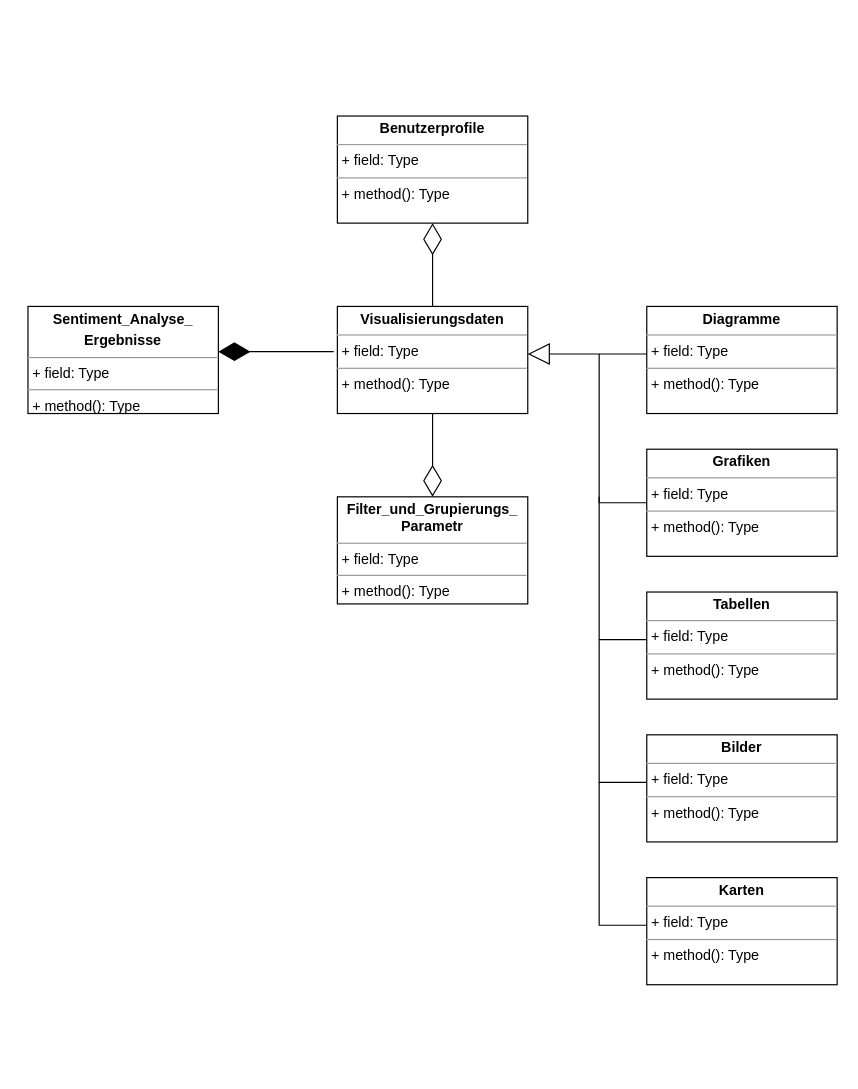
This is Unbenanntes Diagramm.drawio from AniytaK/hello-world, a draw.io file, before an edit. Source tidied: cells renumbered, new cells numbered last; positions are measured from the earlier drawing's top-left corner, leaving out a move shared by most shapes. Both pictures are drawn from the tidied source at 119%, with x=0, y=0 at pixel (27, 115).
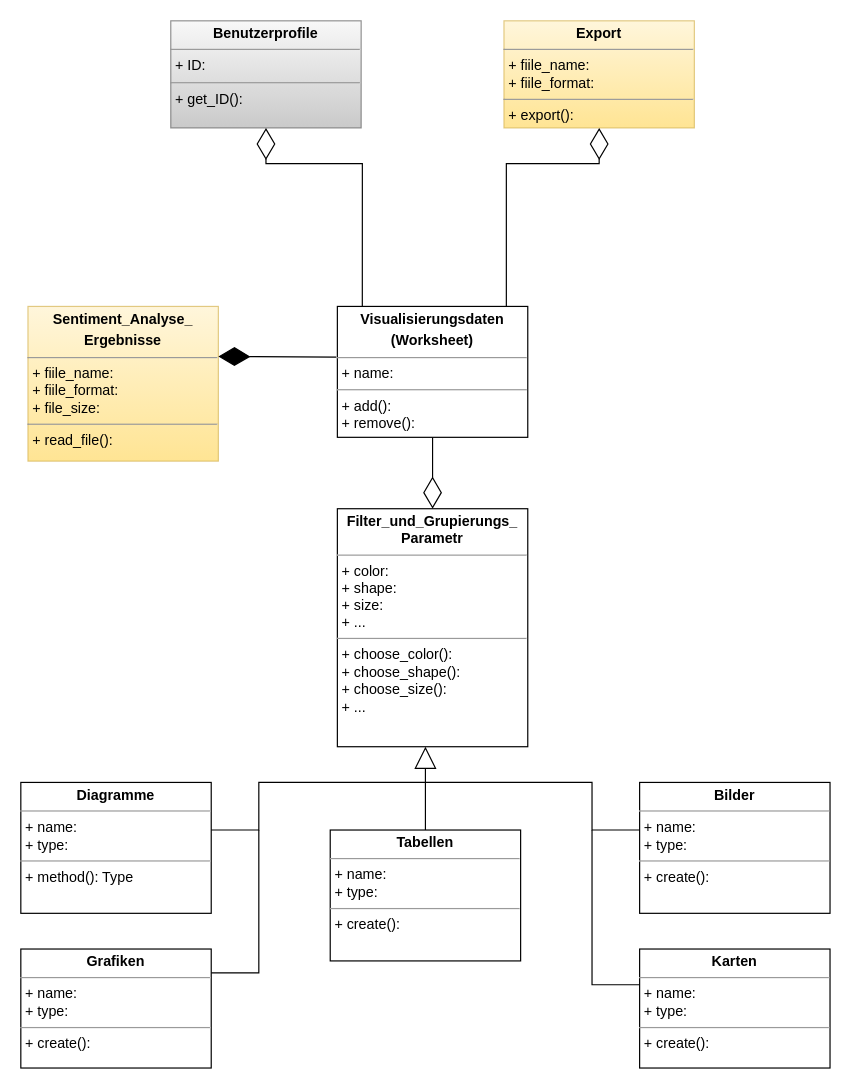
The same diagram, later.

The edit, as a diff of the source:
```diff
@@
-    <mxCell id="2" value="&lt;p style=&quot;margin:0px;margin-top:4px;text-align:center;&quot;&gt;&lt;b&gt;Grafiken&lt;/b&gt;&lt;/p&gt;&lt;hr size=&quot;1&quot;&gt;&lt;p style=&quot;margin:0px;margin-left:4px;&quot;&gt;+ field: Type&lt;/p&gt;&lt;hr size=&quot;1&quot;&gt;&lt;p style=&quot;margin:0px;margin-left:4px;&quot;&gt;+ method(): Type&lt;/p&gt;" style="verticalAlign=top;align=left;overflow=fill;fontSize=12;fontFamily=Helvetica;html=1;whiteSpace=wrap;" parent="1" vertex="1">
-      <mxGeometry x="520" y="280" width="160" height="90" as="geometry" />
+    <mxCell id="2" value="&lt;p style=&quot;margin:0px;margin-top:4px;text-align:center;&quot;&gt;&lt;b&gt;Grafiken&lt;/b&gt;&lt;/p&gt;&lt;hr size=&quot;1&quot;&gt;&lt;p style=&quot;border-color: var(--border-color); margin: 0px 0px 0px 4px;&quot;&gt;+ name:&lt;/p&gt;&lt;p style=&quot;border-color: var(--border-color); margin: 0px 0px 0px 4px;&quot;&gt;+ type:&lt;/p&gt;&lt;hr size=&quot;1&quot;&gt;&lt;p style=&quot;margin:0px;margin-left:4px;&quot;&gt;+ create():&amp;nbsp;&lt;/p&gt;" style="verticalAlign=top;align=left;overflow=fill;fontSize=12;fontFamily=Helvetica;html=1;whiteSpace=wrap;" parent="1" vertex="1">
+      <mxGeometry x="-6" y="700" width="160" height="100" as="geometry" />
     </mxCell>
-    <mxCell id="3" value="&lt;p style=&quot;margin:0px;margin-top:4px;text-align:center;&quot;&gt;&lt;b&gt;Diagramme&lt;/b&gt;&lt;/p&gt;&lt;hr size=&quot;1&quot;&gt;&lt;p style=&quot;margin:0px;margin-left:4px;&quot;&gt;+ field: Type&lt;/p&gt;&lt;hr size=&quot;1&quot;&gt;&lt;p style=&quot;margin:0px;margin-left:4px;&quot;&gt;+ method(): Type&lt;/p&gt;" style="verticalAlign=top;align=left;overflow=fill;fontSize=12;fontFamily=Helvetica;html=1;whiteSpace=wrap;" parent="1" vertex="1">
-      <mxGeometry x="520" y="160" width="160" height="90" as="geometry" />
+    <mxCell id="3" value="&lt;p style=&quot;margin:0px;margin-top:4px;text-align:center;&quot;&gt;&lt;b&gt;Diagramme&lt;/b&gt;&lt;/p&gt;&lt;hr size=&quot;1&quot;&gt;&lt;p style=&quot;margin:0px;margin-left:4px;&quot;&gt;+ name:&lt;/p&gt;&lt;p style=&quot;margin:0px;margin-left:4px;&quot;&gt;+ type:&lt;/p&gt;&lt;hr size=&quot;1&quot;&gt;&lt;p style=&quot;margin:0px;margin-left:4px;&quot;&gt;+ method(): Type&lt;/p&gt;" style="verticalAlign=top;align=left;overflow=fill;fontSize=12;fontFamily=Helvetica;html=1;whiteSpace=wrap;" parent="1" vertex="1">
+      <mxGeometry x="-6" y="560" width="160" height="110" as="geometry" />
     </mxCell>
-    <mxCell id="4" value="&lt;p style=&quot;margin:0px;margin-top:4px;text-align:center;&quot;&gt;&lt;b&gt;Tabellen&lt;/b&gt;&lt;/p&gt;&lt;hr size=&quot;1&quot;&gt;&lt;p style=&quot;margin:0px;margin-left:4px;&quot;&gt;+ field: Type&lt;/p&gt;&lt;hr size=&quot;1&quot;&gt;&lt;p style=&quot;margin:0px;margin-left:4px;&quot;&gt;+ method(): Type&lt;/p&gt;" style="verticalAlign=top;align=left;overflow=fill;fontSize=12;fontFamily=Helvetica;html=1;whiteSpace=wrap;" parent="1" vertex="1">
-      <mxGeometry x="520" y="400" width="160" height="90" as="geometry" />
+    <mxCell id="4" value="&lt;p style=&quot;margin:0px;margin-top:4px;text-align:center;&quot;&gt;&lt;b&gt;Tabellen&lt;/b&gt;&lt;/p&gt;&lt;hr size=&quot;1&quot;&gt;&lt;p style=&quot;margin:0px;margin-left:4px;&quot;&gt;+ name:&lt;/p&gt;&lt;p style=&quot;border-color: var(--border-color); margin: 0px 0px 0px 4px;&quot;&gt;+ type:&lt;/p&gt;&lt;hr size=&quot;1&quot;&gt;&lt;p style=&quot;margin:0px;margin-left:4px;&quot;&gt;+ create():&amp;nbsp;&lt;/p&gt;" style="verticalAlign=top;align=left;overflow=fill;fontSize=12;fontFamily=Helvetica;html=1;whiteSpace=wrap;" parent="1" vertex="1">
+      <mxGeometry x="254" y="600" width="160" height="110" as="geometry" />
     </mxCell>
-    <mxCell id="5" value="&lt;p style=&quot;margin:0px;margin-top:4px;text-align:center;&quot;&gt;&lt;b&gt;Bilder&lt;/b&gt;&lt;/p&gt;&lt;hr size=&quot;1&quot;&gt;&lt;p style=&quot;margin:0px;margin-left:4px;&quot;&gt;+ field: Type&lt;/p&gt;&lt;hr size=&quot;1&quot;&gt;&lt;p style=&quot;margin:0px;margin-left:4px;&quot;&gt;+ method(): Type&lt;/p&gt;" style="verticalAlign=top;align=left;overflow=fill;fontSize=12;fontFamily=Helvetica;html=1;whiteSpace=wrap;" parent="1" vertex="1">
-      <mxGeometry x="520" y="520" width="160" height="90" as="geometry" />
+    <mxCell id="5" value="&lt;p style=&quot;margin:0px;margin-top:4px;text-align:center;&quot;&gt;&lt;b&gt;Bilder&lt;/b&gt;&lt;/p&gt;&lt;hr size=&quot;1&quot;&gt;&lt;p style=&quot;border-color: var(--border-color); margin: 0px 0px 0px 4px;&quot;&gt;+ name:&lt;/p&gt;&lt;p style=&quot;border-color: var(--border-color); margin: 0px 0px 0px 4px;&quot;&gt;+ type:&lt;/p&gt;&lt;hr size=&quot;1&quot;&gt;&lt;p style=&quot;margin:0px;margin-left:4px;&quot;&gt;+ create():&amp;nbsp;&lt;/p&gt;" style="verticalAlign=top;align=left;overflow=fill;fontSize=12;fontFamily=Helvetica;html=1;whiteSpace=wrap;" parent="1" vertex="1">
+      <mxGeometry x="514" y="560" width="160" height="110" as="geometry" />
     </mxCell>
-    <mxCell id="6" value="&lt;p style=&quot;margin:0px;margin-top:4px;text-align:center;&quot;&gt;&lt;b&gt;Karten&lt;/b&gt;&lt;/p&gt;&lt;hr size=&quot;1&quot;&gt;&lt;p style=&quot;margin:0px;margin-left:4px;&quot;&gt;+ field: Type&lt;/p&gt;&lt;hr size=&quot;1&quot;&gt;&lt;p style=&quot;margin:0px;margin-left:4px;&quot;&gt;+ method(): Type&lt;/p&gt;" style="verticalAlign=top;align=left;overflow=fill;fontSize=12;fontFamily=Helvetica;html=1;whiteSpace=wrap;" parent="1" vertex="1">
-      <mxGeometry x="520" y="640" width="160" height="90" as="geometry" />
+    <mxCell id="6" value="&lt;p style=&quot;margin:0px;margin-top:4px;text-align:center;&quot;&gt;&lt;b&gt;Karten&lt;/b&gt;&lt;/p&gt;&lt;hr size=&quot;1&quot;&gt;&lt;p style=&quot;border-color: var(--border-color); margin: 0px 0px 0px 4px;&quot;&gt;+ name:&lt;/p&gt;&lt;p style=&quot;border-color: var(--border-color); margin: 0px 0px 0px 4px;&quot;&gt;+ type:&lt;/p&gt;&lt;hr size=&quot;1&quot;&gt;&lt;p style=&quot;margin:0px;margin-left:4px;&quot;&gt;+ create():&amp;nbsp;&lt;/p&gt;" style="verticalAlign=top;align=left;overflow=fill;fontSize=12;fontFamily=Helvetica;html=1;whiteSpace=wrap;" parent="1" vertex="1">
+      <mxGeometry x="514" y="700" width="160" height="100" as="geometry" />
     </mxCell>
-    <mxCell id="7" style="endArrow=block;endSize=16;endFill=0;html=1;rounded=0;" parent="1" edge="1">
+    <mxCell id="7" style="endArrow=block;endSize=16;endFill=0;html=1;rounded=0;entryX=0.5;entryY=1;entryDx=0;entryDy=0;exitX=0.5;exitY=0;exitDx=0;exitDy=0;" parent="1" edge="1" source="4">
       <mxGeometry x="1" y="192" relative="1" as="geometry">
-        <mxPoint x="520" y="200" as="sourcePoint" />
-        <mxPoint x="420" y="200" as="targetPoint" />
+        <mxPoint x="334" y="530" as="targetPoint" />
         <mxPoint x="-120" y="-42" as="offset" />
       </mxGeometry>
     </mxCell>
-    <mxCell id="8" style="endArrow=none;html=1;rounded=0;exitX=0;exitY=0.5;exitDx=0;exitDy=0;" parent="1" edge="1" source="2">
-      <mxGeometry relative="1" as="geometry">
-        <mxPoint x="480" y="200" as="targetPoint" />
-        <Array as="points">
-          <mxPoint x="480" y="325" />
-        </Array>
-      </mxGeometry>
-    </mxCell>
-    <mxCell id="9" style="endArrow=none;html=1;rounded=0;" parent="1" edge="1">
-      <mxGeometry relative="1" as="geometry">
-        <mxPoint x="520" y="440" as="sourcePoint" />
-        <mxPoint x="480" y="320" as="targetPoint" />
-        <Array as="points">
-          <mxPoint x="480" y="440" />
-        </Array>
-      </mxGeometry>
-    </mxCell>
     <mxCell id="10" style="endArrow=none;html=1;rounded=0;" parent="1" edge="1">
       <mxGeometry relative="1" as="geometry">
-        <mxPoint x="520" y="560" as="sourcePoint" />
-        <mxPoint x="480" y="440" as="targetPoint" />
+        <mxPoint x="514" y="600" as="sourcePoint" />
+        <mxPoint x="334" y="560" as="targetPoint" />
         <Array as="points">
-          <mxPoint x="480" y="560" />
+          <mxPoint x="474" y="600" />
+          <mxPoint x="474" y="560" />
         </Array>
       </mxGeometry>
     </mxCell>
     <mxCell id="11" style="endArrow=none;html=1;rounded=0;" parent="1" edge="1">
       <mxGeometry relative="1" as="geometry">
-        <mxPoint x="520" y="680" as="sourcePoint" />
-        <mxPoint x="480" y="560" as="targetPoint" />
+        <mxPoint x="514" y="730" as="sourcePoint" />
+        <mxPoint x="474" y="600" as="targetPoint" />
         <Array as="points">
-          <mxPoint x="480" y="680" />
+          <mxPoint x="474" y="730" />
         </Array>
       </mxGeometry>
     </mxCell>
-    <mxCell id="12" value="&lt;p style=&quot;margin:0px;margin-top:4px;text-align:center;&quot;&gt;&lt;b&gt;Benutzerprofile&lt;/b&gt;&lt;/p&gt;&lt;hr size=&quot;1&quot;&gt;&lt;p style=&quot;margin:0px;margin-left:4px;&quot;&gt;+ field: Type&lt;/p&gt;&lt;hr size=&quot;1&quot;&gt;&lt;p style=&quot;margin:0px;margin-left:4px;&quot;&gt;+ method(): Type&lt;/p&gt;" style="verticalAlign=top;align=left;overflow=fill;fontSize=12;fontFamily=Helvetica;html=1;whiteSpace=wrap;" parent="1" vertex="1">
-      <mxGeometry x="260" width="160" height="90" as="geometry" />
+    <mxCell id="12" value="&lt;p style=&quot;margin:0px;margin-top:4px;text-align:center;&quot;&gt;&lt;b&gt;Benutzerprofile&lt;/b&gt;&lt;/p&gt;&lt;hr size=&quot;1&quot;&gt;&lt;p style=&quot;margin:0px;margin-left:4px;&quot;&gt;+ ID:&amp;nbsp;&lt;/p&gt;&lt;hr size=&quot;1&quot;&gt;&lt;p style=&quot;margin:0px;margin-left:4px;&quot;&gt;+ get_ID():&amp;nbsp;&lt;/p&gt;" style="verticalAlign=top;align=left;overflow=fill;fontSize=12;fontFamily=Helvetica;html=1;whiteSpace=wrap;fillColor=#f5f5f5;strokeColor=#666666;gradientColor=#b3b3b3;opacity=70;" parent="1" vertex="1">
+      <mxGeometry x="120" y="-80" width="160" height="90" as="geometry" />
     </mxCell>
-    <mxCell id="13" style="endArrow=diamondThin;endFill=0;endSize=24;html=1;rounded=0;exitX=0.5;exitY=0;exitDx=0;exitDy=0;entryX=0.5;entryY=1;entryDx=0;entryDy=0;" parent="1" edge="1" source="19" target="12">
-      <mxGeometry relative="1" as="geometry" />
+    <mxCell id="13" style="endArrow=diamondThin;endFill=0;endSize=24;html=1;rounded=0;exitX=0.131;exitY=0;exitDx=0;exitDy=0;entryX=0.5;entryY=1;entryDx=0;entryDy=0;exitPerimeter=0;" parent="1" edge="1" source="19" target="12">
+      <mxGeometry relative="1" as="geometry">
+        <Array as="points">
+          <mxPoint x="281" y="40" />
+          <mxPoint x="200" y="40" />
+        </Array>
+      </mxGeometry>
     </mxCell>
-    <mxCell id="14" value="&lt;p style=&quot;margin:0px;margin-top:4px;text-align:center;&quot;&gt;&lt;b&gt;Sentiment_Analyse_&lt;/b&gt;&lt;/p&gt;&lt;p style=&quot;margin:0px;margin-top:4px;text-align:center;&quot;&gt;&lt;b&gt;Ergebnisse&lt;/b&gt;&lt;/p&gt;&lt;hr size=&quot;1&quot;&gt;&lt;p style=&quot;margin:0px;margin-left:4px;&quot;&gt;+ field: Type&lt;/p&gt;&lt;hr size=&quot;1&quot;&gt;&lt;p style=&quot;margin:0px;margin-left:4px;&quot;&gt;+ method(): Type&lt;/p&gt;" style="verticalAlign=top;align=left;overflow=fill;fontSize=12;fontFamily=Helvetica;html=1;whiteSpace=wrap;" parent="1" vertex="1">
-      <mxGeometry y="160" width="160" height="90" as="geometry" />
+    <mxCell id="14" value="&lt;p style=&quot;margin:0px;margin-top:4px;text-align:center;&quot;&gt;&lt;b&gt;Sentiment_Analyse_&lt;/b&gt;&lt;/p&gt;&lt;p style=&quot;margin:0px;margin-top:4px;text-align:center;&quot;&gt;&lt;b&gt;Ergebnisse&lt;/b&gt;&lt;/p&gt;&lt;hr size=&quot;1&quot;&gt;&lt;p style=&quot;border-color: var(--border-color); margin: 0px 0px 0px 4px;&quot;&gt;+ fiile_name:&amp;nbsp;&lt;/p&gt;&lt;p style=&quot;border-color: var(--border-color); margin: 0px 0px 0px 4px;&quot;&gt;+ fiile_format:&amp;nbsp;&lt;/p&gt;&lt;p style=&quot;border-color: var(--border-color); margin: 0px 0px 0px 4px;&quot;&gt;+ file_size:&amp;nbsp;&lt;/p&gt;&lt;hr size=&quot;1&quot;&gt;&lt;p style=&quot;margin:0px;margin-left:4px;&quot;&gt;+ read_file():&lt;/p&gt;" style="verticalAlign=top;align=left;overflow=fill;fontSize=12;fontFamily=Helvetica;html=1;whiteSpace=wrap;fillColor=#fff2cc;strokeColor=#d6b656;gradientColor=#ffd966;opacity=70;" parent="1" vertex="1">
+      <mxGeometry y="160" width="160" height="130" as="geometry" />
     </mxCell>
-    <mxCell id="15" style="endArrow=diamondThin;endFill=1;endSize=24;html=1;rounded=0;exitX=-0.019;exitY=0.422;exitDx=0;exitDy=0;exitPerimeter=0;" parent="1" edge="1" source="19">
+    <mxCell id="15" style="endArrow=diamondThin;endFill=1;endSize=24;html=1;rounded=0;exitX=-0.006;exitY=0.388;exitDx=0;exitDy=0;exitPerimeter=0;" parent="1" edge="1" source="19">
       <mxGeometry relative="1" as="geometry">
-        <mxPoint x="160" y="198" as="targetPoint" />
+        <mxPoint x="160" y="202" as="targetPoint" />
       </mxGeometry>
     </mxCell>
-    <mxCell id="16" value="&lt;p style=&quot;margin:0px;margin-top:4px;text-align:center;&quot;&gt;&lt;b&gt;Filter_und_Grupierungs_ Parametr&lt;/b&gt;&lt;/p&gt;&lt;hr size=&quot;1&quot;&gt;&lt;p style=&quot;margin:0px;margin-left:4px;&quot;&gt;+ field: Type&lt;/p&gt;&lt;hr size=&quot;1&quot;&gt;&lt;p style=&quot;margin:0px;margin-left:4px;&quot;&gt;+ method(): Type&lt;/p&gt;" style="verticalAlign=top;align=left;overflow=fill;fontSize=12;fontFamily=Helvetica;html=1;whiteSpace=wrap;" parent="1" vertex="1">
-      <mxGeometry x="260" y="320" width="160" height="90" as="geometry" />
+    <mxCell id="16" value="&lt;p style=&quot;margin:0px;margin-top:4px;text-align:center;&quot;&gt;&lt;b&gt;Filter_und_Grupierungs_ Parametr&lt;/b&gt;&lt;/p&gt;&lt;hr size=&quot;1&quot;&gt;&lt;p style=&quot;margin:0px;margin-left:4px;&quot;&gt;+ color:&amp;nbsp;&lt;/p&gt;&lt;p style=&quot;margin:0px;margin-left:4px;&quot;&gt;+ shape:&lt;/p&gt;&lt;p style=&quot;margin:0px;margin-left:4px;&quot;&gt;+ size:&lt;/p&gt;&lt;p style=&quot;margin:0px;margin-left:4px;&quot;&gt;+ ...&lt;/p&gt;&lt;hr size=&quot;1&quot;&gt;&lt;p style=&quot;margin:0px;margin-left:4px;&quot;&gt;+ choose_color():&lt;/p&gt;&lt;p style=&quot;margin:0px;margin-left:4px;&quot;&gt;+ choose_shape():&lt;br&gt;&lt;/p&gt;&lt;p style=&quot;margin:0px;margin-left:4px;&quot;&gt;+ choose_size():&lt;br&gt;&lt;/p&gt;&lt;p style=&quot;margin:0px;margin-left:4px;&quot;&gt;+ ...&lt;/p&gt;" style="verticalAlign=top;align=left;overflow=fill;fontSize=12;fontFamily=Helvetica;html=1;whiteSpace=wrap;" parent="1" vertex="1">
+      <mxGeometry x="260" y="330" width="160" height="200" as="geometry" />
     </mxCell>
-    <mxCell id="17" style="endArrow=diamondThin;endFill=0;endSize=24;html=1;rounded=0;entryX=0.5;entryY=0;entryDx=0;entryDy=0;exitX=0.5;exitY=1;exitDx=0;exitDy=0;" parent="1" edge="1" source="19" target="16">
-      <mxGeometry relative="1" as="geometry" />
+    <mxCell id="17" style="endArrow=diamondThin;endFill=0;endSize=24;html=1;rounded=0;exitX=0.5;exitY=1;exitDx=0;exitDy=0;" parent="1" edge="1" source="19">
+      <mxGeometry relative="1" as="geometry">
+        <mxPoint x="340" y="330" as="targetPoint" />
+      </mxGeometry>
     </mxCell>
@@
-    <mxCell id="19" value="&lt;p style=&quot;margin:0px;margin-top:4px;text-align:center;&quot;&gt;&lt;b&gt;Visualisierungsdaten&lt;/b&gt;&lt;/p&gt;&lt;hr size=&quot;1&quot;&gt;&lt;p style=&quot;margin:0px;margin-left:4px;&quot;&gt;+ field: Type&lt;/p&gt;&lt;hr size=&quot;1&quot;&gt;&lt;p style=&quot;margin:0px;margin-left:4px;&quot;&gt;+ method(): Type&lt;/p&gt;" style="verticalAlign=top;align=left;overflow=fill;fontSize=12;fontFamily=Helvetica;html=1;whiteSpace=wrap;" parent="1" vertex="1">
-      <mxGeometry x="260" y="160" width="160" height="90" as="geometry" />
+    <mxCell id="19" value="&lt;p style=&quot;margin:0px;margin-top:4px;text-align:center;&quot;&gt;&lt;b&gt;Visualisierungsdaten&lt;/b&gt;&lt;/p&gt;&lt;p style=&quot;margin:0px;margin-top:4px;text-align:center;&quot;&gt;&lt;b&gt;(Worksheet)&lt;/b&gt;&lt;/p&gt;&lt;hr size=&quot;1&quot;&gt;&lt;p style=&quot;margin:0px;margin-left:4px;&quot;&gt;+ name:&lt;/p&gt;&lt;hr size=&quot;1&quot;&gt;&lt;p style=&quot;margin:0px;margin-left:4px;&quot;&gt;+ add():&amp;nbsp;&lt;/p&gt;&lt;p style=&quot;margin:0px;margin-left:4px;&quot;&gt;+ remove():&lt;/p&gt;" style="verticalAlign=top;align=left;overflow=fill;fontSize=12;fontFamily=Helvetica;html=1;whiteSpace=wrap;" parent="1" vertex="1">
+      <mxGeometry x="260" y="160" width="160" height="110" as="geometry" />
     </mxCell>
+    <mxCell id="20" value="&lt;p style=&quot;margin:0px;margin-top:4px;text-align:center;&quot;&gt;&lt;b&gt;Export&lt;/b&gt;&lt;/p&gt;&lt;hr size=&quot;1&quot;&gt;&lt;p style=&quot;margin:0px;margin-left:4px;&quot;&gt;+ fiile_name:&amp;nbsp;&lt;/p&gt;&lt;p style=&quot;margin:0px;margin-left:4px;&quot;&gt;+ fiile_format:&amp;nbsp;&lt;br&gt;&lt;/p&gt;&lt;hr size=&quot;1&quot;&gt;&lt;p style=&quot;margin:0px;margin-left:4px;&quot;&gt;+ export():&amp;nbsp;&lt;/p&gt;" style="verticalAlign=top;align=left;overflow=fill;fontSize=12;fontFamily=Helvetica;html=1;whiteSpace=wrap;fillColor=#fff2cc;strokeColor=#d6b656;gradientColor=#ffd966;opacity=70;" parent="1" vertex="1">
+      <mxGeometry x="400" y="-80" width="160" height="90" as="geometry" />
+    </mxCell>
+    <mxCell id="21" style="endArrow=diamondThin;endFill=0;endSize=24;html=1;rounded=0;entryX=0.5;entryY=1;entryDx=0;entryDy=0;" parent="1" edge="1" target="20">
+      <mxGeometry relative="1" as="geometry">
+        <mxPoint x="402" y="160" as="sourcePoint" />
+        <Array as="points">
+          <mxPoint x="402" y="40" />
+          <mxPoint x="480" y="40" />
+        </Array>
+      </mxGeometry>
+    </mxCell>
+    <mxCell id="22" style="endArrow=none;html=1;rounded=0;" parent="1" edge="1">
+      <mxGeometry relative="1" as="geometry">
+        <mxPoint x="154" y="720" as="sourcePoint" />
+        <mxPoint x="194" y="600" as="targetPoint" />
+        <Array as="points">
+          <mxPoint x="194" y="720" />
+        </Array>
+      </mxGeometry>
+    </mxCell>
+    <mxCell id="23" style="endArrow=none;html=1;rounded=0;" parent="1" edge="1">
+      <mxGeometry relative="1" as="geometry">
+        <mxPoint x="154" y="600" as="sourcePoint" />
+        <mxPoint x="334" y="560" as="targetPoint" />
+        <Array as="points">
+          <mxPoint x="194" y="600" />
+          <mxPoint x="194" y="560" />
+        </Array>
+      </mxGeometry>
+    </mxCell>
```
